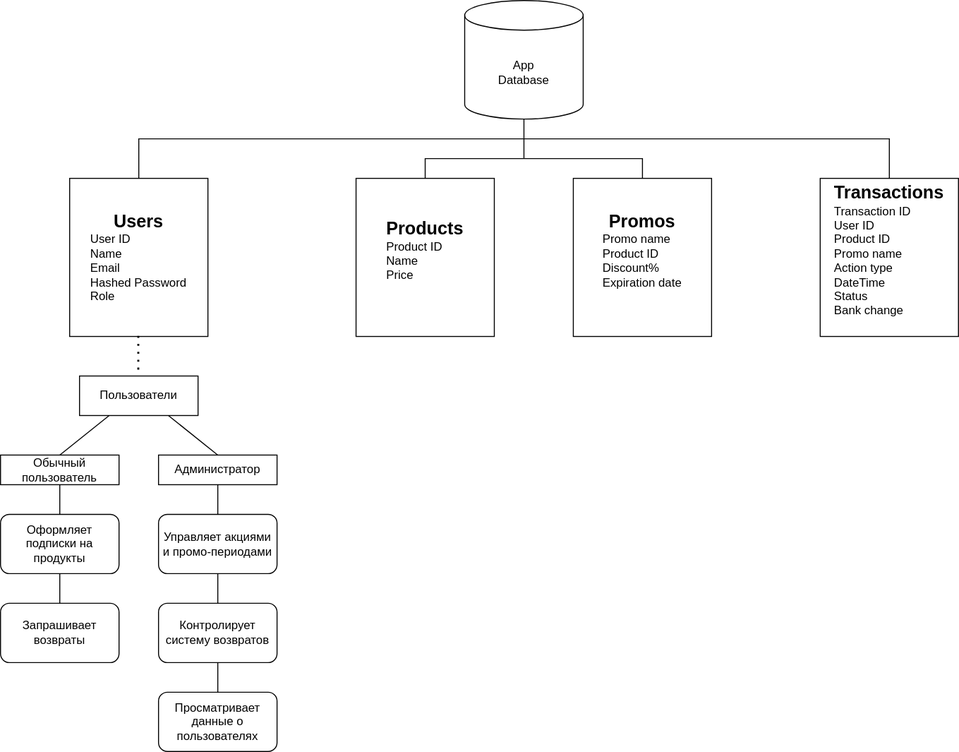
This is app_architecture.svg from tastefulKeypad/subscription, a draw.io export, as it was before one commit. Source tidied: cells renumbered, new cells last; positions are measured from the earlier drawing's top-left corner, leaving out a move shared by most shapes.
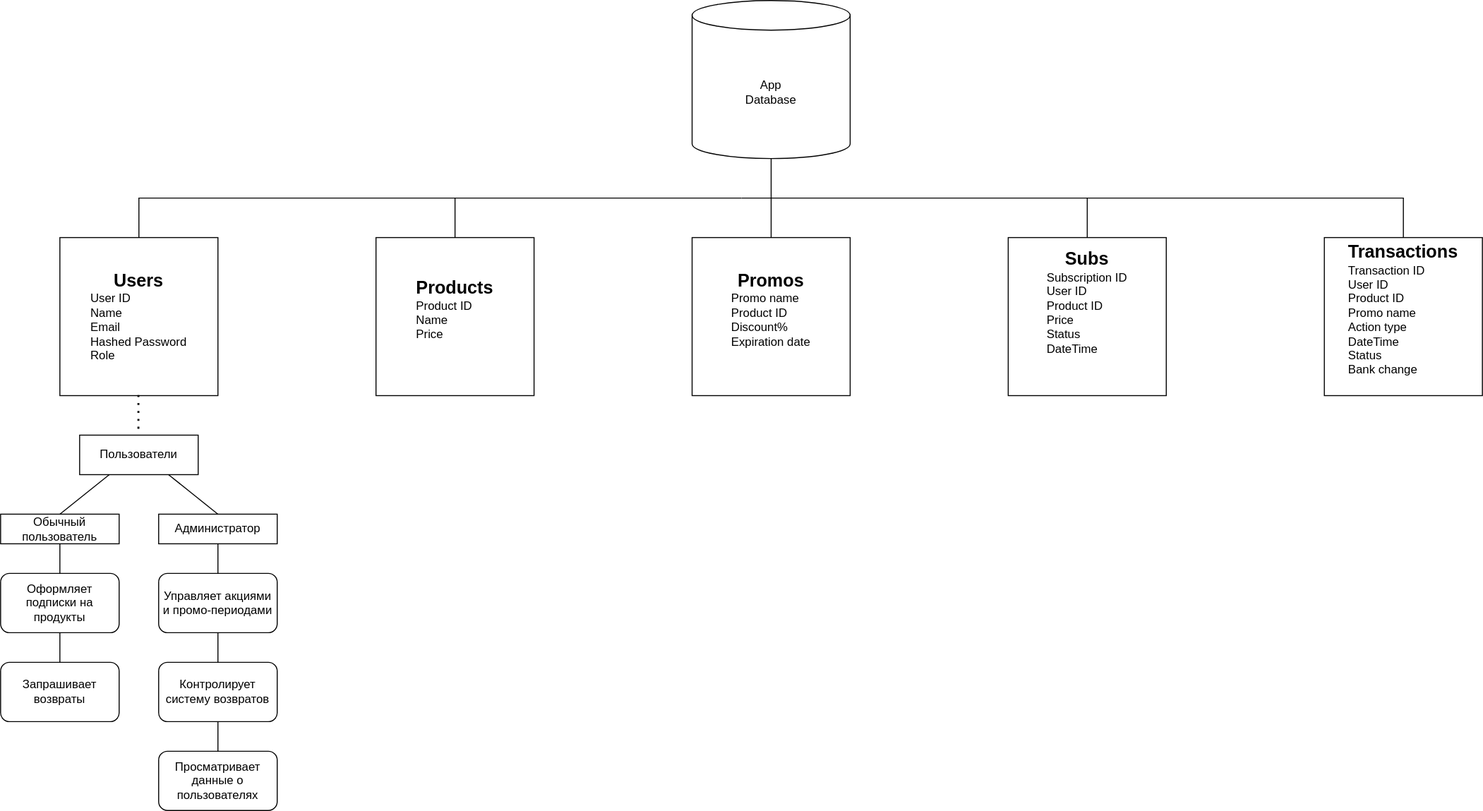
After the change.

Commit message:
Implemented product endpoints; Added subscription model&scheme

Diff of the diagram source:
```diff
@@ -48,36 +48,28 @@
       <mxGeometry relative="1" as="geometry" />
     </mxCell>
     <mxCell id="17" value="&lt;div&gt;App&lt;/div&gt;&lt;div&gt;Database&lt;/div&gt;" style="shape=cylinder3;whiteSpace=wrap;html=1;boundedLbl=1;backgroundOutline=1;size=15;" parent="1" vertex="1">
-      <mxGeometry x="470" width="120" height="120" as="geometry" />
+      <mxGeometry x="700" y="-60" width="160" height="160" as="geometry" />
     </mxCell>
     <mxCell id="18" value="&lt;div&gt;&lt;font style=&quot;font-size: 18px;&quot;&gt;&lt;b&gt;Users&lt;/b&gt;&lt;/font&gt;&lt;/div&gt;&lt;div align=&quot;left&quot;&gt;User ID&lt;/div&gt;&lt;div align=&quot;left&quot;&gt;Name&lt;br&gt;Email&lt;br&gt;Hashed Password&lt;/div&gt;&lt;div align=&quot;left&quot;&gt;Role&lt;/div&gt;" style="rounded=0;whiteSpace=wrap;html=1;" parent="1" vertex="1">
-      <mxGeometry x="70" y="180" width="140" height="160" as="geometry" />
+      <mxGeometry x="60" y="180" width="160" height="160" as="geometry" />
     </mxCell>
     <mxCell id="19" value="&lt;div&gt;&lt;font style=&quot;font-size: 18px;&quot;&gt;&lt;b&gt;Products&lt;/b&gt;&lt;/font&gt;&lt;/div&gt;&lt;div&gt;&lt;div align=&quot;left&quot;&gt;&lt;div&gt;Product ID&lt;/div&gt;&lt;div&gt;Name&lt;/div&gt;&lt;div&gt;Price&lt;/div&gt;&lt;/div&gt;&lt;br&gt;&lt;/div&gt;" style="rounded=0;whiteSpace=wrap;html=1;" parent="1" vertex="1">
-      <mxGeometry x="360" y="180" width="140" height="160" as="geometry" />
+      <mxGeometry x="380" y="180" width="160" height="160" as="geometry" />
     </mxCell>
     <mxCell id="20" value="&lt;div&gt;&lt;font style=&quot;font-size: 18px;&quot;&gt;&lt;b&gt;Transactions&lt;/b&gt;&lt;/font&gt;&lt;/div&gt;&lt;div align=&quot;left&quot;&gt;Transaction ID&lt;/div&gt;&lt;div align=&quot;left&quot;&gt;User ID&lt;/div&gt;&lt;div align=&quot;left&quot;&gt;Product ID&lt;/div&gt;&lt;div align=&quot;left&quot;&gt;Promo name&lt;/div&gt;&lt;div align=&quot;left&quot;&gt;Action type&lt;/div&gt;&lt;div align=&quot;left&quot;&gt;DateTime&lt;/div&gt;&lt;div align=&quot;left&quot;&gt;Status&lt;/div&gt;&lt;div align=&quot;left&quot;&gt;Bank change&lt;/div&gt;&lt;div align=&quot;left&quot;&gt;&lt;br&gt;&lt;/div&gt;" style="rounded=0;whiteSpace=wrap;html=1;" parent="1" vertex="1">
-      <mxGeometry x="830" y="180" width="140" height="160" as="geometry" />
+      <mxGeometry x="1340" y="180" width="160" height="160" as="geometry" />
     </mxCell>
     <mxCell id="21" style="endArrow=none;dashed=1;html=1;dashPattern=1 3;strokeWidth=2;rounded=0;entryX=0.5;entryY=0;entryDx=0;entryDy=0;exitX=0.5;exitY=1;exitDx=0;exitDy=0;" parent="1" edge="1" source="18" target="2">
       <mxGeometry relative="1" as="geometry" />
     </mxCell>
     <mxCell id="22" style="endArrow=none;html=1;rounded=0;entryX=0.5;entryY=1;entryDx=0;entryDy=0;entryPerimeter=0;" parent="1" edge="1" target="17">
       <mxGeometry relative="1" as="geometry">
-        <mxPoint x="530" y="140" as="sourcePoint" />
+        <mxPoint x="780" y="140" as="sourcePoint" />
       </mxGeometry>
     </mxCell>
-    <mxCell id="23" style="endArrow=none;html=1;rounded=0;exitX=0.5;exitY=0;exitDx=0;exitDy=0;" parent="1" edge="1" source="19">
-      <mxGeometry relative="1" as="geometry">
-        <mxPoint x="530" y="160" as="targetPoint" />
-        <Array as="points">
-          <mxPoint x="430" y="160" />
-        </Array>
-      </mxGeometry>
-    </mxCell>
     <mxCell id="24" style="endArrow=none;html=1;rounded=0;exitX=0.5;exitY=0;exitDx=0;exitDy=0;" parent="1" edge="1" source="18">
       <mxGeometry relative="1" as="geometry">
-        <mxPoint x="530" y="140" as="targetPoint" />
+        <mxPoint x="750" y="140" as="targetPoint" />
         <Array as="points">
           <mxPoint x="140" y="140" />
         </Array>
@@ -85,28 +77,33 @@
     </mxCell>
     <mxCell id="25" style="endArrow=none;html=1;rounded=0;entryX=0.5;entryY=0;entryDx=0;entryDy=0;" parent="1" edge="1" target="20">
       <mxGeometry relative="1" as="geometry">
-        <mxPoint x="530" y="140" as="sourcePoint" />
+        <mxPoint x="750" y="140" as="sourcePoint" />
         <Array as="points">
-          <mxPoint x="900" y="140" />
+          <mxPoint x="1120" y="140" />
+          <mxPoint x="1420" y="140" />
         </Array>
       </mxGeometry>
     </mxCell>
     <mxCell id="26" value="&lt;div&gt;&lt;font style=&quot;font-size: 18px;&quot;&gt;&lt;b&gt;Promos&lt;/b&gt;&lt;/font&gt;&lt;/div&gt;&lt;div&gt;&lt;div align=&quot;left&quot;&gt;&lt;div&gt;Promo name&lt;/div&gt;&lt;div&gt;Product ID&lt;/div&gt;&lt;div&gt;Discount%&lt;/div&gt;&lt;div&gt;Expiration date&lt;/div&gt;&lt;/div&gt;&lt;br&gt;&lt;/div&gt;" style="rounded=0;whiteSpace=wrap;html=1;" parent="1" vertex="1">
-      <mxGeometry x="580" y="180" width="140" height="160" as="geometry" />
+      <mxGeometry x="700" y="180" width="160" height="160" as="geometry" />
     </mxCell>
-    <mxCell id="27" style="endArrow=none;html=1;rounded=0;exitX=0.5;exitY=0;exitDx=0;exitDy=0;entryX=0.5;entryY=1;entryDx=0;entryDy=0;" parent="1" edge="1" source="26">
-      <mxGeometry relative="1" as="geometry">
-        <mxPoint x="530" y="160" as="targetPoint" />
-        <Array as="points">
-          <mxPoint x="650" y="160" />
-        </Array>
-      </mxGeometry>
-    </mxCell>
-    <mxCell id="28" style="endArrow=none;html=1;rounded=0;" parent="1" edge="1">
+    <mxCell id="28" style="endArrow=none;html=1;rounded=0;exitX=0.5;exitY=0;exitDx=0;exitDy=0;" parent="1" edge="1" source="26">
       <mxGeometry relative="1" as="geometry">
-        <mxPoint x="530" y="160" as="sourcePoint" />
-        <mxPoint x="530" y="140" as="targetPoint" />
+        <mxPoint x="780" y="140" as="targetPoint" />
       </mxGeometry>
     </mxCell>
+    <mxCell id="29" value="&lt;div&gt;&lt;font style=&quot;font-size: 18px;&quot;&gt;&lt;b&gt;Subs&lt;/b&gt;&lt;/font&gt;&lt;/div&gt;&lt;div align=&quot;left&quot;&gt;Subscription ID&lt;/div&gt;&lt;div align=&quot;left&quot;&gt;User ID&lt;/div&gt;&lt;div align=&quot;left&quot;&gt;Product ID&lt;/div&gt;&lt;div align=&quot;left&quot;&gt;Price&lt;/div&gt;&lt;div align=&quot;left&quot;&gt;Status&lt;/div&gt;&lt;div align=&quot;left&quot;&gt;DateTime&lt;/div&gt;&lt;div align=&quot;left&quot;&gt;&lt;br&gt;&lt;/div&gt;&lt;div align=&quot;left&quot;&gt;&lt;br&gt;&lt;/div&gt;" style="rounded=0;whiteSpace=wrap;html=1;" parent="1" vertex="1">
+      <mxGeometry x="1020" y="180" width="160" height="160" as="geometry" />
+    </mxCell>
+    <mxCell id="30" style="endArrow=none;html=1;rounded=0;exitX=0.5;exitY=0;exitDx=0;exitDy=0;" parent="1" edge="1" source="19">
+      <mxGeometry relative="1" as="geometry">
+        <mxPoint x="460" y="140" as="targetPoint" />
+      </mxGeometry>
+    </mxCell>
+    <mxCell id="31" style="endArrow=none;html=1;rounded=0;entryX=0.5;entryY=0;entryDx=0;entryDy=0;" parent="1" edge="1" target="29">
+      <mxGeometry relative="1" as="geometry">
+        <mxPoint x="1100" y="140" as="sourcePoint" />
+      </mxGeometry>
+    </mxCell>
   </root>
 </mxGraphModel>
```
